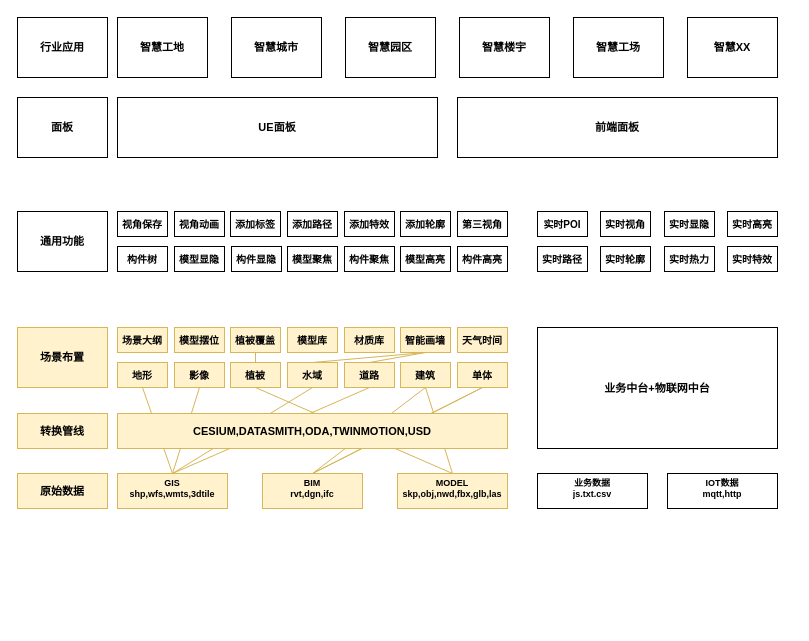
Elden-Niu/personal keeps this draw.io diagram as 未命名绘图.drawio. Above is the earlier version. Source tidied: cells renumbered, new cells numbered last; positions are measured from the earlier drawing's top-left corner, leaving out a move shared by most shapes. Both pictures are drawn from the tidied source at 100%, with x=0, y=0 at pixel (17, 17).
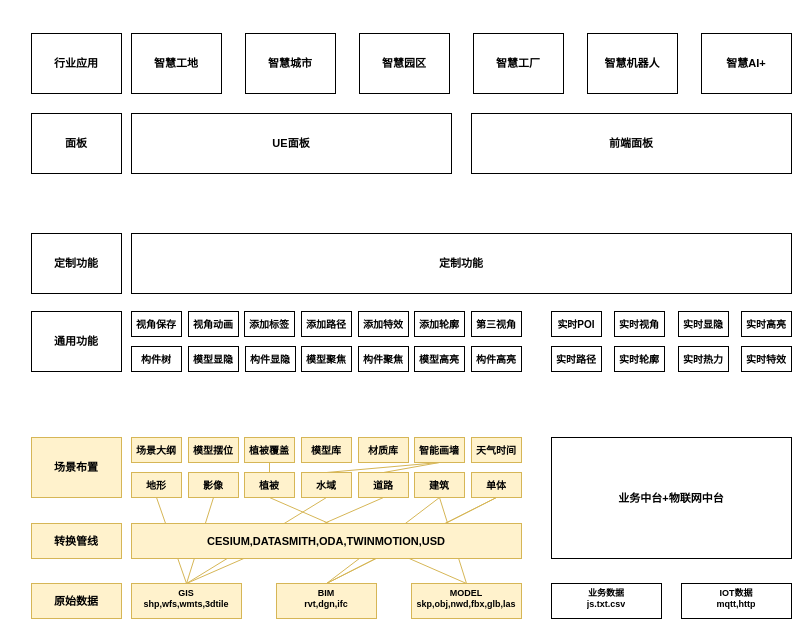
Above is the later version.

Commit message:
更新未命名绘图.drawio

The edit, as a diff of the source:
```diff
@@
     <mxCell id="2" value="BIM&#10;rvt,dgn,ifc" style="text;whiteSpace=wrap;overflow=hidden;rounded=0;align=center;strokeColor=#d6b656;fillColor=#fff2cc;fontSize=9;spacing=0;fontStyle=1;" parent="1" vertex="1">
-      <mxGeometry x="245" y="456" width="100" height="35" as="geometry" />
+      <mxGeometry x="259" y="566" width="100" height="35" as="geometry" />
     </mxCell>
     <mxCell id="3" value="MODEL&#10;skp,obj,nwd,fbx,glb,las" style="text;whiteSpace=wrap;overflow=hidden;rounded=0;align=center;strokeColor=#d6b656;fillColor=#fff2cc;fontSize=9;spacing=0;fontStyle=1;" parent="1" vertex="1">
-      <mxGeometry x="380" y="456" width="110" height="35" as="geometry" />
+      <mxGeometry x="394" y="566" width="110" height="35" as="geometry" />
     </mxCell>
     <mxCell id="4" value="GIS&#10;shp,wfs,wmts,3dtile" style="text;whiteSpace=wrap;overflow=hidden;rounded=0;align=center;strokeColor=#d6b656;fillColor=#fff2cc;fontSize=9;spacing=0;fontStyle=1;" parent="1" vertex="1">
-      <mxGeometry x="100" y="456" width="110" height="35" as="geometry" />
+      <mxGeometry x="114" y="566" width="110" height="35" as="geometry" />
     </mxCell>
     <mxCell id="5" value="地形" style="text;whiteSpace=wrap;overflow=hidden;rounded=0;align=center;strokeColor=#d6b656;fillColor=#fff2cc;fontSize=10;labelPosition=center;verticalLabelPosition=middle;verticalAlign=middle;flipH=1;fontStyle=1;" parent="1" vertex="1">
-      <mxGeometry x="100" y="345" width="50" height="25" as="geometry" />
+      <mxGeometry x="114" y="455" width="50" height="25" as="geometry" />
     </mxCell>
     <mxCell id="6" value="影像" style="text;whiteSpace=wrap;overflow=hidden;rounded=0;align=center;strokeColor=#d6b656;fillColor=#fff2cc;fontSize=10;labelPosition=center;verticalLabelPosition=middle;verticalAlign=middle;flipH=1;fontStyle=1;" parent="1" vertex="1">
-      <mxGeometry x="157" y="345" width="50" height="25" as="geometry" />
+      <mxGeometry x="171" y="455" width="50" height="25" as="geometry" />
     </mxCell>
     <mxCell id="7" value="道路" style="text;whiteSpace=wrap;overflow=hidden;rounded=0;align=center;strokeColor=#d6b656;fillColor=#fff2cc;fontSize=10;labelPosition=center;verticalLabelPosition=middle;verticalAlign=middle;flipH=1;fontStyle=1;" parent="1" vertex="1">
-      <mxGeometry x="327" y="345" width="50" height="25" as="geometry" />
+      <mxGeometry x="341" y="455" width="50" height="25" as="geometry" />
     </mxCell>
     <mxCell id="8" value="水域" style="text;whiteSpace=wrap;overflow=hidden;rounded=0;align=center;strokeColor=#d6b656;fillColor=#fff2cc;fontSize=10;labelPosition=center;verticalLabelPosition=middle;verticalAlign=middle;flipH=1;fontStyle=1;" parent="1" vertex="1">
-      <mxGeometry x="270" y="345" width="50" height="25" as="geometry" />
+      <mxGeometry x="284" y="455" width="50" height="25" as="geometry" />
     </mxCell>
     <mxCell id="9" value="植被" style="text;whiteSpace=wrap;overflow=hidden;rounded=0;align=center;strokeColor=#d6b656;fillColor=#fff2cc;fontSize=10;labelPosition=center;verticalLabelPosition=middle;verticalAlign=middle;flipH=1;fontStyle=1;" parent="1" vertex="1">
-      <mxGeometry x="213" y="345" width="50" height="25" as="geometry" />
+      <mxGeometry x="227" y="455" width="50" height="25" as="geometry" />
     </mxCell>
     <mxCell id="10" value="建筑" style="text;whiteSpace=wrap;overflow=hidden;rounded=0;align=center;strokeColor=#d6b656;fillColor=#fff2cc;fontSize=10;labelPosition=center;verticalLabelPosition=middle;verticalAlign=middle;flipH=1;fontStyle=1;" parent="1" vertex="1">
-      <mxGeometry x="383" y="345" width="50" height="25" as="geometry" />
+      <mxGeometry x="397" y="455" width="50" height="25" as="geometry" />
     </mxCell>
     <mxCell id="11" value="单体" style="text;whiteSpace=wrap;overflow=hidden;rounded=0;align=center;strokeColor=#d6b656;fillColor=#fff2cc;fontSize=10;labelPosition=center;verticalLabelPosition=middle;verticalAlign=middle;flipH=1;fontStyle=1;" parent="1" vertex="1">
-      <mxGeometry x="440" y="345" width="50" height="25" as="geometry" />
+      <mxGeometry x="454" y="455" width="50" height="25" as="geometry" />
     </mxCell>
@@
     <mxCell id="21" value="原始数据" style="rounded=0;whiteSpace=wrap;html=1;fontSize=11;fontStyle=1;fillColor=#fff2cc;strokeColor=#d6b656;" parent="1" vertex="1">
-      <mxGeometry y="456" width="90" height="35" as="geometry" />
+      <mxGeometry x="14" y="566" width="90" height="35" as="geometry" />
     </mxCell>
     <mxCell id="22" value="场景布置" style="rounded=0;whiteSpace=wrap;html=1;fontSize=11;fontStyle=1;fillColor=#fff2cc;strokeColor=#d6b656;" parent="1" vertex="1">
-      <mxGeometry y="310" width="90" height="60" as="geometry" />
+      <mxGeometry x="14" y="420" width="90" height="60" as="geometry" />
     </mxCell>
     <mxCell id="23" value="模型摆位" style="text;whiteSpace=wrap;overflow=hidden;rounded=0;align=center;strokeColor=#d6b656;fillColor=#fff2cc;fontSize=10;labelPosition=center;verticalLabelPosition=middle;verticalAlign=middle;flipH=1;fontStyle=1;" parent="1" vertex="1">
-      <mxGeometry x="157" y="310" width="50" height="25" as="geometry" />
+      <mxGeometry x="171" y="420" width="50" height="25" as="geometry" />
     </mxCell>
     <mxCell id="24" value="智能画墙" style="text;overflow=hidden;rounded=0;align=center;strokeColor=#d6b656;fillColor=#fff2cc;fontSize=10;labelPosition=center;verticalLabelPosition=middle;verticalAlign=middle;flipH=1;fontStyle=1;" parent="1" vertex="1">
-      <mxGeometry x="383" y="310" width="50" height="25" as="geometry" />
+      <mxGeometry x="397" y="420" width="50" height="25" as="geometry" />
     </mxCell>
     <mxCell id="25" value="植被覆盖" style="text;whiteSpace=wrap;overflow=hidden;rounded=0;align=center;strokeColor=#d6b656;fillColor=#fff2cc;fontSize=10;labelPosition=center;verticalLabelPosition=middle;verticalAlign=middle;flipH=1;fontStyle=1;" parent="1" vertex="1">
-      <mxGeometry x="213" y="310" width="50" height="25" as="geometry" />
+      <mxGeometry x="227" y="420" width="50" height="25" as="geometry" />
     </mxCell>
     <mxCell id="26" value="模型库" style="text;whiteSpace=wrap;overflow=hidden;rounded=0;align=center;strokeColor=#d6b656;fillColor=#fff2cc;fontSize=10;labelPosition=center;verticalLabelPosition=middle;verticalAlign=middle;flipH=1;fontStyle=1;" parent="1" vertex="1">
-      <mxGeometry x="270" y="310" width="50" height="25" as="geometry" />
+      <mxGeometry x="284" y="420" width="50" height="25" as="geometry" />
     </mxCell>
     <mxCell id="27" value="材质库" style="text;whiteSpace=wrap;overflow=hidden;rounded=0;align=center;strokeColor=#d6b656;fillColor=#fff2cc;fontSize=10;labelPosition=center;verticalLabelPosition=middle;verticalAlign=middle;flipH=1;fontStyle=1;" parent="1" vertex="1">
-      <mxGeometry x="327" y="310" width="50" height="25" as="geometry" />
+      <mxGeometry x="341" y="420" width="50" height="25" as="geometry" />
     </mxCell>
     <mxCell id="28" value="天气时间" style="text;whiteSpace=wrap;overflow=hidden;rounded=0;align=center;strokeColor=#d6b656;fillColor=#fff2cc;fontSize=10;labelPosition=center;verticalLabelPosition=middle;verticalAlign=middle;flipH=1;fontStyle=1;" parent="1" vertex="1">
-      <mxGeometry x="440" y="310" width="50" height="25" as="geometry" />
+      <mxGeometry x="454" y="420" width="50" height="25" as="geometry" />
     </mxCell>
     <mxCell id="29" value="视角保存" style="text;whiteSpace=wrap;overflow=hidden;rounded=0;align=center;strokeColor=default;fillColor=none;fontSize=10;labelPosition=center;verticalLabelPosition=middle;verticalAlign=middle;flipH=1;fontStyle=1;" parent="1" vertex="1">
-      <mxGeometry x="100" y="194" width="50" height="25" as="geometry" />
+      <mxGeometry x="114" y="294" width="50" height="25" as="geometry" />
     </mxCell>
     <mxCell id="30" value="通用功能" style="rounded=0;whiteSpace=wrap;fontSize=11;fontStyle=1;" parent="1" vertex="1">
-      <mxGeometry y="194" width="90" height="60" as="geometry" />
+      <mxGeometry x="14" y="294" width="90" height="60" as="geometry" />
     </mxCell>
     <mxCell id="31" value="视角动画" style="text;whiteSpace=wrap;overflow=hidden;rounded=0;align=center;strokeColor=default;fillColor=none;fontSize=10;labelPosition=center;verticalLabelPosition=middle;verticalAlign=middle;flipH=1;fontStyle=1;" parent="1" vertex="1">
-      <mxGeometry x="157" y="194" width="50" height="25" as="geometry" />
+      <mxGeometry x="171" y="294" width="50" height="25" as="geometry" />
     </mxCell>
     <mxCell id="32" value="添加标签" style="text;whiteSpace=wrap;overflow=hidden;rounded=0;align=center;strokeColor=default;fillColor=none;fontSize=10;labelPosition=center;verticalLabelPosition=middle;verticalAlign=middle;flipH=1;fontStyle=1;" parent="1" vertex="1">
-      <mxGeometry x="213" y="194" width="50" height="25" as="geometry" />
+      <mxGeometry x="227" y="294" width="50" height="25" as="geometry" />
     </mxCell>
     <mxCell id="33" value="添加路径" style="text;whiteSpace=wrap;overflow=hidden;rounded=0;align=center;strokeColor=default;fillColor=none;fontSize=10;labelPosition=center;verticalLabelPosition=middle;verticalAlign=middle;flipH=1;fontStyle=1;" parent="1" vertex="1">
-      <mxGeometry x="270" y="194" width="50" height="25" as="geometry" />
+      <mxGeometry x="284" y="294" width="50" height="25" as="geometry" />
     </mxCell>
     <mxCell id="34" value="添加特效" style="text;whiteSpace=wrap;overflow=hidden;rounded=0;align=center;strokeColor=default;fillColor=none;fontSize=10;labelPosition=center;verticalLabelPosition=middle;verticalAlign=middle;flipH=1;fontStyle=1;" parent="1" vertex="1">
-      <mxGeometry x="327" y="194" width="50" height="25" as="geometry" />
+      <mxGeometry x="341" y="294" width="50" height="25" as="geometry" />
     </mxCell>
     <mxCell id="35" value="添加轮廓" style="text;whiteSpace=wrap;overflow=hidden;rounded=0;align=center;strokeColor=default;fillColor=none;fontSize=10;labelPosition=center;verticalLabelPosition=middle;verticalAlign=middle;flipH=1;fontStyle=1;" parent="1" vertex="1">
-      <mxGeometry x="383" y="194" width="50" height="25" as="geometry" />
+      <mxGeometry x="397" y="294" width="50" height="25" as="geometry" />
     </mxCell>
     <mxCell id="36" value="第三视角" style="text;whiteSpace=wrap;overflow=hidden;rounded=0;align=center;strokeColor=default;fillColor=none;fontSize=10;labelPosition=center;verticalLabelPosition=middle;verticalAlign=middle;flipH=1;fontStyle=1;" parent="1" vertex="1">
-      <mxGeometry x="440" y="194" width="50" height="25" as="geometry" />
+      <mxGeometry x="454" y="294" width="50" height="25" as="geometry" />
     </mxCell>
     <mxCell id="37" value="模型显隐" style="text;whiteSpace=wrap;overflow=hidden;rounded=0;align=center;strokeColor=default;fillColor=none;fontSize=10;labelPosition=center;verticalLabelPosition=middle;verticalAlign=middle;flipH=1;fontStyle=1;" parent="1" vertex="1">
-      <mxGeometry x="157" y="229" width="50" height="25" as="geometry" />
+      <mxGeometry x="171" y="329" width="50" height="25" as="geometry" />
     </mxCell>
     <mxCell id="38" value="构件显隐" style="text;whiteSpace=wrap;overflow=hidden;rounded=0;align=center;strokeColor=default;fillColor=none;fontSize=10;labelPosition=center;verticalLabelPosition=middle;verticalAlign=middle;flipH=1;fontStyle=1;" parent="1" vertex="1">
-      <mxGeometry x="214" y="229" width="50" height="25" as="geometry" />
+      <mxGeometry x="228" y="329" width="50" height="25" as="geometry" />
     </mxCell>
     <mxCell id="39" value="构件树" style="text;whiteSpace=wrap;overflow=hidden;rounded=0;align=center;strokeColor=default;fillColor=none;fontSize=10;labelPosition=center;verticalLabelPosition=middle;verticalAlign=middle;flipH=1;fontStyle=1;" parent="1" vertex="1">
-      <mxGeometry x="100" y="229" width="50" height="25" as="geometry" />
+      <mxGeometry x="114" y="329" width="50" height="25" as="geometry" />
     </mxCell>
     <mxCell id="40" value="场景大纲" style="text;whiteSpace=wrap;overflow=hidden;rounded=0;align=center;strokeColor=#d6b656;fillColor=#fff2cc;fontSize=10;labelPosition=center;verticalLabelPosition=middle;verticalAlign=middle;flipH=1;fontStyle=1;" parent="1" vertex="1">
-      <mxGeometry x="100" y="310" width="50" height="25" as="geometry" />
+      <mxGeometry x="114" y="420" width="50" height="25" as="geometry" />
     </mxCell>
     <mxCell id="41" value="CESIUM,DATASMITH,ODA,TWINMOTION,USD" style="rounded=0;whiteSpace=wrap;html=1;fontSize=11;fontStyle=1;fillColor=#fff2cc;strokeColor=#d6b656;" parent="1" vertex="1">
-      <mxGeometry x="100" y="396" width="390" height="35" as="geometry" />
+      <mxGeometry x="114" y="506" width="390" height="35" as="geometry" />
     </mxCell>
     <mxCell id="42" value="转换管线" style="rounded=0;whiteSpace=wrap;html=1;fontSize=11;fontStyle=1;fillColor=#fff2cc;strokeColor=#d6b656;" parent="1" vertex="1">
-      <mxGeometry y="396" width="90" height="35" as="geometry" />
+      <mxGeometry x="14" y="506" width="90" height="35" as="geometry" />
     </mxCell>
@@
     <mxCell id="46" value="模型聚焦" style="text;whiteSpace=wrap;overflow=hidden;rounded=0;align=center;strokeColor=default;fillColor=none;fontSize=10;labelPosition=center;verticalLabelPosition=middle;verticalAlign=middle;flipH=1;fontStyle=1;" parent="1" vertex="1">
-      <mxGeometry x="270" y="229" width="50" height="25" as="geometry" />
+      <mxGeometry x="284" y="329" width="50" height="25" as="geometry" />
     </mxCell>
     <mxCell id="47" value="构件聚焦" style="text;whiteSpace=wrap;overflow=hidden;rounded=0;align=center;strokeColor=default;fillColor=none;fontSize=10;labelPosition=center;verticalLabelPosition=middle;verticalAlign=middle;flipH=1;fontStyle=1;" parent="1" vertex="1">
-      <mxGeometry x="327" y="229" width="50" height="25" as="geometry" />
+      <mxGeometry x="341" y="329" width="50" height="25" as="geometry" />
     </mxCell>
     <mxCell id="48" value="模型高亮" style="text;whiteSpace=wrap;overflow=hidden;rounded=0;align=center;strokeColor=default;fillColor=none;fontSize=10;labelPosition=center;verticalLabelPosition=middle;verticalAlign=middle;flipH=1;fontStyle=1;" parent="1" vertex="1">
-      <mxGeometry x="383" y="229" width="50" height="25" as="geometry" />
+      <mxGeometry x="397" y="329" width="50" height="25" as="geometry" />
     </mxCell>
     <mxCell id="49" value="构件高亮" style="text;whiteSpace=wrap;overflow=hidden;rounded=0;align=center;strokeColor=default;fillColor=none;fontSize=10;labelPosition=center;verticalLabelPosition=middle;verticalAlign=middle;flipH=1;fontStyle=1;" parent="1" vertex="1">
-      <mxGeometry x="440" y="229" width="50" height="25" as="geometry" />
+      <mxGeometry x="454" y="329" width="50" height="25" as="geometry" />
     </mxCell>
     <mxCell id="50" value="业务数据&#10;js.txt.csv" style="text;whiteSpace=wrap;overflow=hidden;rounded=0;align=center;strokeColor=default;fillColor=none;fontSize=9;spacing=0;fontStyle=1;" parent="1" vertex="1">
-      <mxGeometry x="520" y="456" width="110" height="35" as="geometry" />
+      <mxGeometry x="534" y="566" width="110" height="35" as="geometry" />
     </mxCell>
     <mxCell id="51" value="IOT数据&#10;mqtt,http" style="text;whiteSpace=wrap;overflow=hidden;rounded=0;align=center;strokeColor=default;fillColor=none;fontSize=9;spacing=0;fontStyle=1;" parent="1" vertex="1">
-      <mxGeometry x="650" y="456" width="110" height="35" as="geometry" />
+      <mxGeometry x="664" y="566" width="110" height="35" as="geometry" />
     </mxCell>
     <mxCell id="52" value="业务中台+物联网中台" style="rounded=0;whiteSpace=wrap;html=1;fontSize=11;fontStyle=1;" parent="1" vertex="1">
-      <mxGeometry x="520" y="310" width="240" height="121" as="geometry" />
+      <mxGeometry x="534" y="420" width="240" height="121" as="geometry" />
     </mxCell>
     <mxCell id="53" value="实时轮廓" style="text;whiteSpace=wrap;overflow=hidden;rounded=0;align=center;strokeColor=default;fillColor=none;fontSize=10;labelPosition=center;verticalLabelPosition=middle;verticalAlign=middle;flipH=1;fontStyle=1;" parent="1" vertex="1">
-      <mxGeometry x="583" y="229" width="50" height="25" as="geometry" />
+      <mxGeometry x="597" y="329" width="50" height="25" as="geometry" />
     </mxCell>
     <mxCell id="54" value="实时POI" style="text;whiteSpace=wrap;overflow=hidden;rounded=0;align=center;strokeColor=default;fillColor=none;fontSize=10;labelPosition=center;verticalLabelPosition=middle;verticalAlign=middle;flipH=1;fontStyle=1;" parent="1" vertex="1">
-      <mxGeometry x="520" y="194" width="50" height="25" as="geometry" />
+      <mxGeometry x="534" y="294" width="50" height="25" as="geometry" />
     </mxCell>
     <mxCell id="55" value="实时路径" style="text;whiteSpace=wrap;overflow=hidden;rounded=0;align=center;strokeColor=default;fillColor=none;fontSize=10;labelPosition=center;verticalLabelPosition=middle;verticalAlign=middle;flipH=1;fontStyle=1;" parent="1" vertex="1">
-      <mxGeometry x="520" y="229" width="50" height="25" as="geometry" />
+      <mxGeometry x="534" y="329" width="50" height="25" as="geometry" />
     </mxCell>
     <mxCell id="56" value="实时视角" style="text;whiteSpace=wrap;overflow=hidden;rounded=0;align=center;strokeColor=default;fillColor=none;fontSize=10;labelPosition=center;verticalLabelPosition=middle;verticalAlign=middle;flipH=1;fontStyle=1;" parent="1" vertex="1">
-      <mxGeometry x="583" y="194" width="50" height="25" as="geometry" />
+      <mxGeometry x="597" y="294" width="50" height="25" as="geometry" />
     </mxCell>
     <mxCell id="57" value="实时高亮" style="text;whiteSpace=wrap;overflow=hidden;rounded=0;align=center;strokeColor=default;fillColor=none;fontSize=10;labelPosition=center;verticalLabelPosition=middle;verticalAlign=middle;flipH=1;fontStyle=1;" parent="1" vertex="1">
-      <mxGeometry x="710" y="194" width="50" height="25" as="geometry" />
+      <mxGeometry x="724" y="294" width="50" height="25" as="geometry" />
     </mxCell>
     <mxCell id="58" value="实时显隐" style="text;whiteSpace=wrap;overflow=hidden;rounded=0;align=center;strokeColor=default;fillColor=none;fontSize=10;labelPosition=center;verticalLabelPosition=middle;verticalAlign=middle;flipH=1;fontStyle=1;" parent="1" vertex="1">
-      <mxGeometry x="647" y="194" width="50" height="25" as="geometry" />
+      <mxGeometry x="661" y="294" width="50" height="25" as="geometry" />
     </mxCell>
     <mxCell id="59" value="实时热力" style="text;whiteSpace=wrap;overflow=hidden;rounded=0;align=center;strokeColor=default;fillColor=none;fontSize=10;labelPosition=center;verticalLabelPosition=middle;verticalAlign=middle;flipH=1;fontStyle=1;" parent="1" vertex="1">
-      <mxGeometry x="647" y="229" width="50" height="25" as="geometry" />
+      <mxGeometry x="661" y="329" width="50" height="25" as="geometry" />
     </mxCell>
     <mxCell id="60" value="实时特效" style="text;whiteSpace=wrap;overflow=hidden;rounded=0;align=center;strokeColor=default;fillColor=none;fontSize=10;labelPosition=center;verticalLabelPosition=middle;verticalAlign=middle;flipH=1;fontStyle=1;" parent="1" vertex="1">
-      <mxGeometry x="710" y="229" width="50" height="25" as="geometry" />
+      <mxGeometry x="724" y="329" width="50" height="25" as="geometry" />
     </mxCell>
     <mxCell id="61" value="面板" style="rounded=0;whiteSpace=wrap;fontSize=11;fontStyle=1;" parent="1" vertex="1">
-      <mxGeometry y="80" width="90" height="60" as="geometry" />
+      <mxGeometry x="14" y="96" width="90" height="60" as="geometry" />
     </mxCell>
     <mxCell id="62" value="UE面板" style="rounded=0;whiteSpace=wrap;fontSize=11;fontStyle=1;" parent="1" vertex="1">
-      <mxGeometry x="100" y="80" width="320" height="60" as="geometry" />
+      <mxGeometry x="114" y="96" width="320" height="60" as="geometry" />
     </mxCell>
     <mxCell id="63" value="前端面板" style="rounded=0;whiteSpace=wrap;fontSize=11;fontStyle=1;" parent="1" vertex="1">
-      <mxGeometry x="440" y="80" width="320" height="60" as="geometry" />
+      <mxGeometry x="454" y="96" width="320" height="60" as="geometry" />
     </mxCell>
     <mxCell id="64" value="行业应用" style="rounded=0;whiteSpace=wrap;fontSize=11;fontStyle=1;" parent="1" vertex="1">
-      <mxGeometry width="90" height="60" as="geometry" />
+      <mxGeometry x="14" y="16" width="90" height="60" as="geometry" />
     </mxCell>
     <mxCell id="65" value="智慧城市" style="rounded=0;whiteSpace=wrap;fontSize=11;fontStyle=1;" parent="1" vertex="1">
-      <mxGeometry x="214" width="90" height="60" as="geometry" />
+      <mxGeometry x="228" y="16" width="90" height="60" as="geometry" />
     </mxCell>
     <mxCell id="66" value="智慧工地" style="rounded=0;whiteSpace=wrap;fontSize=11;fontStyle=1;" parent="1" vertex="1">
-      <mxGeometry x="100" width="90" height="60" as="geometry" />
+      <mxGeometry x="114" y="16" width="90" height="60" as="geometry" />
     </mxCell>
     <mxCell id="67" value="智慧园区" style="rounded=0;whiteSpace=wrap;fontSize=11;fontStyle=1;" parent="1" vertex="1">
-      <mxGeometry x="328" width="90" height="60" as="geometry" />
+      <mxGeometry x="342" y="16" width="90" height="60" as="geometry" />
     </mxCell>
-    <mxCell id="68" value="智慧楼宇" style="rounded=0;whiteSpace=wrap;fontSize=11;fontStyle=1;" parent="1" vertex="1">
-      <mxGeometry x="442" width="90" height="60" as="geometry" />
+    <mxCell id="68" value="智慧工厂" style="rounded=0;whiteSpace=wrap;fontSize=11;fontStyle=1;" parent="1" vertex="1">
+      <mxGeometry x="456" y="16" width="90" height="60" as="geometry" />
     </mxCell>
-    <mxCell id="69" value="智慧工场" style="rounded=0;whiteSpace=wrap;fontSize=11;fontStyle=1;" parent="1" vertex="1">
-      <mxGeometry x="556" width="90" height="60" as="geometry" />
+    <mxCell id="69" value="智慧机器人" style="rounded=0;whiteSpace=wrap;fontSize=11;fontStyle=1;" parent="1" vertex="1">
+      <mxGeometry x="570" y="16" width="90" height="60" as="geometry" />
     </mxCell>
-    <mxCell id="70" value="智慧XX" style="rounded=0;whiteSpace=wrap;fontSize=11;fontStyle=1;" parent="1" vertex="1">
-      <mxGeometry x="670" width="90" height="60" as="geometry" />
+    <mxCell id="70" value="智慧AI+" style="rounded=0;whiteSpace=wrap;fontSize=11;fontStyle=1;" parent="1" vertex="1">
+      <mxGeometry x="684" y="16" width="90" height="60" as="geometry" />
     </mxCell>
+    <mxCell id="71" value="定制功能" style="rounded=0;whiteSpace=wrap;fontSize=11;fontStyle=1;" parent="1" vertex="1">
+      <mxGeometry x="14" y="216" width="90" height="60" as="geometry" />
+    </mxCell>
+    <mxCell id="72" value="定制功能" style="rounded=0;whiteSpace=wrap;fontSize=11;fontStyle=1;" parent="1" vertex="1">
+      <mxGeometry x="114" y="216" width="660" height="60" as="geometry" />
+    </mxCell>
```
